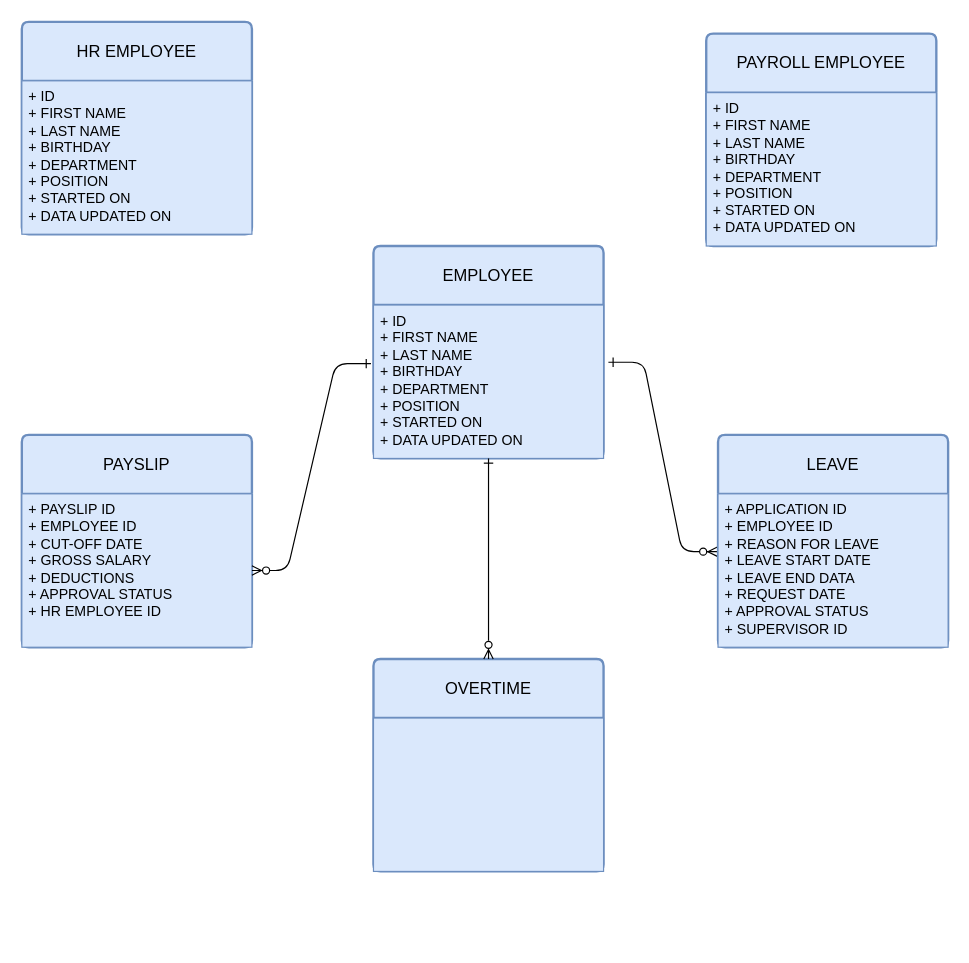
This is MO-IT107-ERD.drawio from zephyrstorm123/MO-IT107-Worksheet3-ERD, a draw.io file, before an edit. Source tidied: cells renumbered, new cells numbered last; positions are measured from the earlier drawing's top-left corner, leaving out a move shared by most shapes. Both pictures are drawn from the tidied source at 118%, with x=0, y=0 at pixel (21, 21).
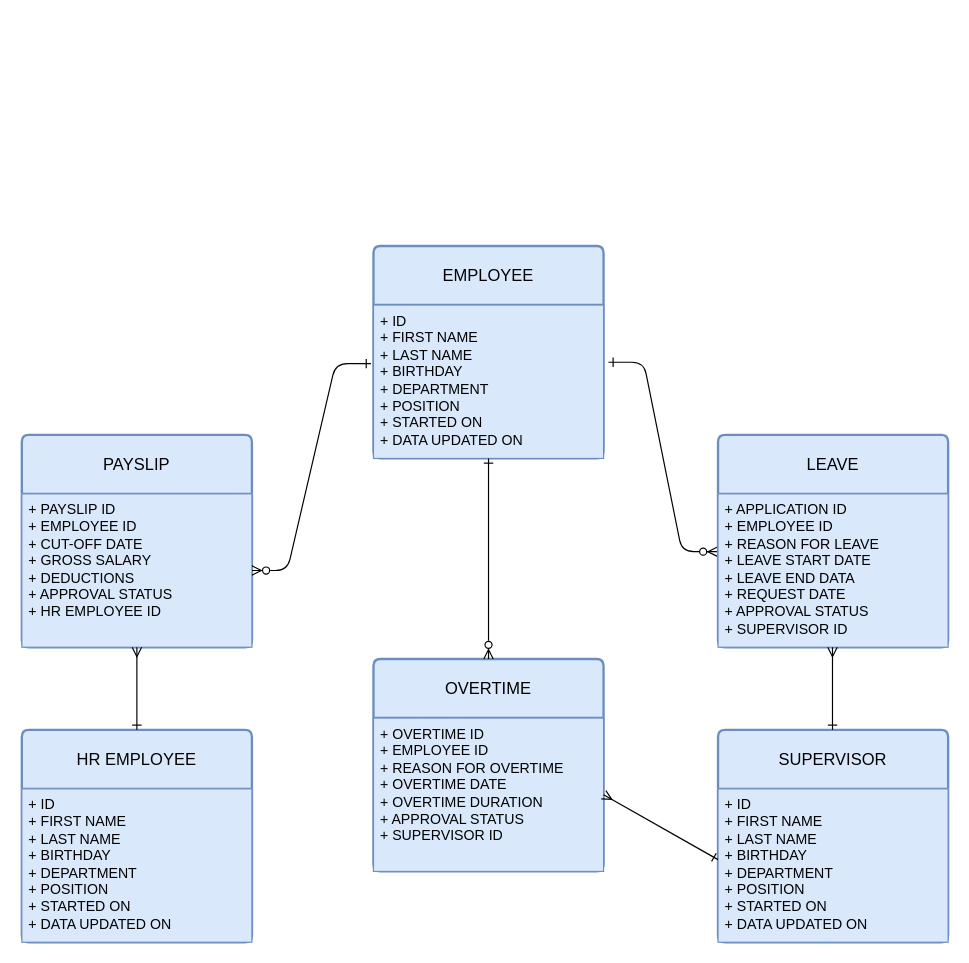
After the change.

The change refers to these unchanged cells:
```xml
<mxCell id="7" value="PAYSLIP" style="swimlane;horizontal=1;startSize=50;rounded=1;fontSize=14;fontStyle=0;strokeWidth=2;shadow=0;dashed=0;align=center;arcSize=4;whiteSpace=wrap;html=1;fillColor=#dae8fc;strokeColor=#6c8ebf;" parent="1" vertex="1">
  <mxGeometry y="350" width="195" height="180" as="geometry" />
</mxCell>
<mxCell id="14" value="OVERTIME" style="swimlane;horizontal=1;startSize=50;rounded=1;fontSize=14;fontStyle=0;strokeWidth=2;shadow=0;dashed=0;align=center;arcSize=4;whiteSpace=wrap;html=1;fillColor=#dae8fc;strokeColor=#6c8ebf;" parent="1" vertex="1">
  <mxGeometry x="298" y="540" width="195" height="180" as="geometry" />
</mxCell>
```

Change to the diagram source:
```diff
@@
     <mxCell id="10" value="HR EMPLOYEE" style="swimlane;horizontal=1;startSize=50;rounded=1;fontSize=14;fontStyle=0;strokeWidth=2;shadow=0;dashed=0;align=center;arcSize=4;whiteSpace=wrap;html=1;fillColor=#dae8fc;strokeColor=#6c8ebf;" parent="1" vertex="1">
-      <mxGeometry width="195" height="180" as="geometry" />
+      <mxGeometry y="600" width="195" height="180" as="geometry" />
     </mxCell>
@@
-    <mxCell id="12" value="PAYROLL EMPLOYEE" style="swimlane;horizontal=1;startSize=50;rounded=1;fontSize=14;fontStyle=0;strokeWidth=2;shadow=0;dashed=0;align=center;arcSize=4;whiteSpace=wrap;html=1;fillColor=#dae8fc;strokeColor=#6c8ebf;" parent="1" vertex="1">
-      <mxGeometry x="580" y="10" width="195" height="180" as="geometry" />
+    <mxCell id="12" value="SUPERVISOR" style="swimlane;horizontal=1;startSize=50;rounded=1;fontSize=14;fontStyle=0;strokeWidth=2;shadow=0;dashed=0;align=center;arcSize=4;whiteSpace=wrap;html=1;fillColor=#dae8fc;strokeColor=#6c8ebf;" parent="1" vertex="1">
+      <mxGeometry x="590" y="600" width="195" height="180" as="geometry" />
     </mxCell>
@@
-    <mxCell id="15" style="align=left;strokeColor=#6c8ebf;fillColor=#dae8fc;spacingLeft=4;fontSize=12;verticalAlign=top;html=1;" parent="14" vertex="1">
+    <mxCell id="15" value="+ OVERTIME ID&lt;br style=&quot;border-color: var(--border-color);&quot;&gt;+ EMPLOYEE ID&lt;br style=&quot;border-color: var(--border-color);&quot;&gt;+ REASON FOR OVERTIME&lt;br style=&quot;border-color: var(--border-color);&quot;&gt;+ OVERTIME DATE&lt;br style=&quot;border-color: var(--border-color);&quot;&gt;+ OVERTIME DURATION&lt;br style=&quot;border-color: var(--border-color);&quot;&gt;+ APPROVAL STATUS&lt;br style=&quot;border-color: var(--border-color);&quot;&gt;+ SUPERVISOR ID" style="align=left;strokeColor=#6c8ebf;fillColor=#dae8fc;spacingLeft=4;fontSize=12;verticalAlign=top;html=1;" parent="14" vertex="1">
       <mxGeometry y="50" width="195" height="130" as="geometry" />
     </mxCell>
@@
+    <mxCell id="17" style="endArrow=ERmany;html=1;rounded=0;entryX=0.5;entryY=1;entryDx=0;entryDy=0;exitX=0.5;exitY=0;exitDx=0;exitDy=0;endFill=0;startArrow=ERone;startFill=0;" parent="1" edge="1" source="10" target="7">
+      <mxGeometry relative="1" as="geometry" />
+    </mxCell>
+    <mxCell id="18" style="endArrow=ERmany;html=1;rounded=0;entryX=0.5;entryY=1;entryDx=0;entryDy=0;exitX=0.5;exitY=0;exitDx=0;exitDy=0;endFill=0;startArrow=ERone;startFill=0;" parent="1" edge="1">
+      <mxGeometry relative="1" as="geometry">
+        <mxPoint x="687" y="600" as="sourcePoint" />
+        <mxPoint x="687" y="530" as="targetPoint" />
+      </mxGeometry>
+    </mxCell>
+    <mxCell id="19" style="endArrow=ERmany;html=1;rounded=0;entryX=1;entryY=0.5;entryDx=0;entryDy=0;endFill=0;startArrow=ERone;startFill=0;" parent="1" edge="1" target="15">
+      <mxGeometry relative="1" as="geometry">
+        <mxPoint x="590" y="710" as="sourcePoint" />
+      </mxGeometry>
+    </mxCell>
```
